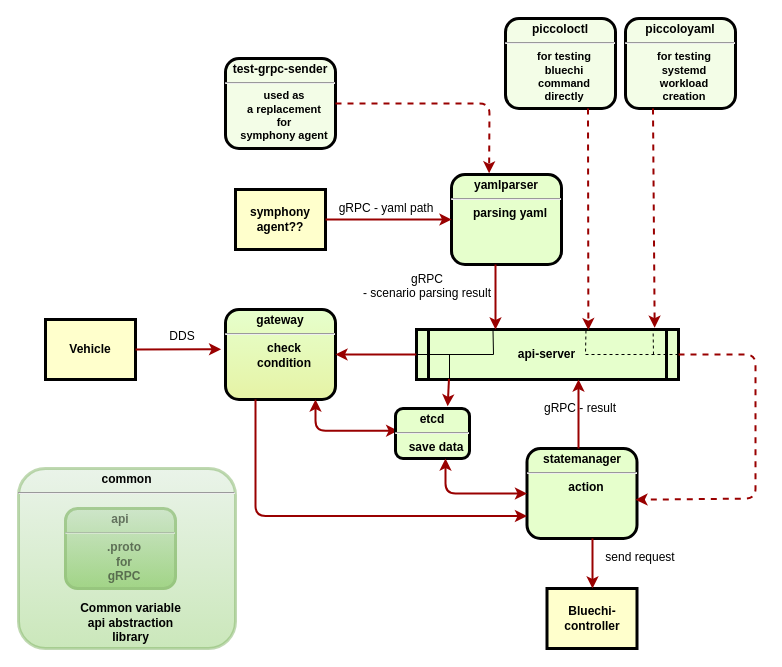
Before: doc/images/piccolo-bluechi.drawio in youngtaekiim/pullpiri, a draw.io diagram. Source tidied: cells renumbered, new cells numbered last; positions are measured from the earlier drawing's top-left corner, leaving out a move shared by most shapes. Both pictures are drawn from the tidied source at 100%, with x=0, y=0 at pixel (18, 18).
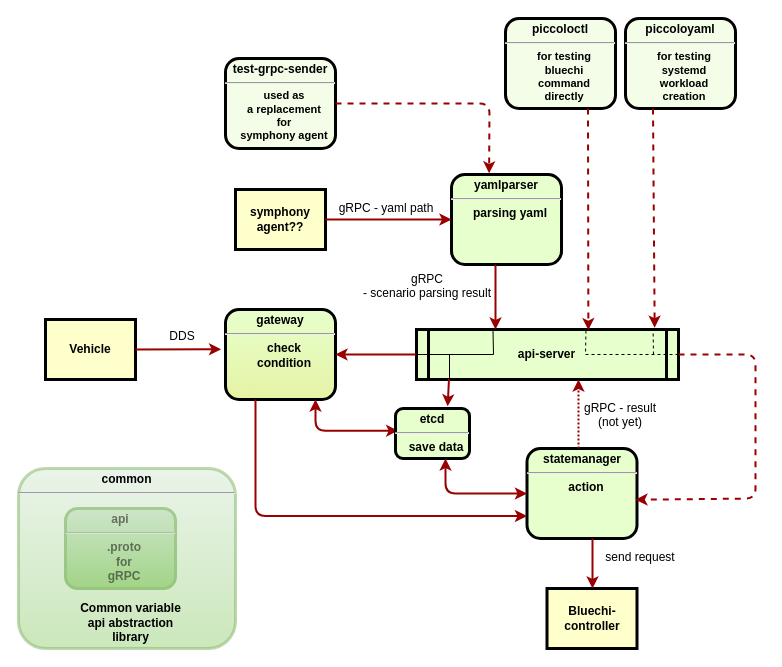
Above is the later version.

The edit, as a diff of the source:
```diff
@@
-    <mxCell id="14" style="edgeStyle=elbowEdgeStyle;elbow=horizontal;strokeColor=#990000;strokeWidth=2;" parent="1" edge="1">
+    <mxCell id="14" style="edgeStyle=elbowEdgeStyle;elbow=horizontal;strokeColor=#990000;strokeWidth=2;dashed=1;dashPattern=1 1;" parent="1" edge="1">
       <mxGeometry relative="1" as="geometry">
         <mxPoint x="560" y="430" as="sourcePoint" />
         <mxPoint x="560" y="361" as="targetPoint" />
         <Array as="points">
           <mxPoint x="560" y="390" />
         </Array>
       </mxGeometry>
     </mxCell>
-    <mxCell id="15" value="gRPC - result" style="text;spacingTop=-5;align=center;" parent="1" vertex="1">
-      <mxGeometry x="517" y="381" width="90" height="30" as="geometry" />
+    <mxCell id="15" value="gRPC - result&#10;(not yet)" style="text;spacingTop=-5;align=center;" parent="1" vertex="1">
+      <mxGeometry x="557" y="381" width="90" height="30" as="geometry" />
     </mxCell>
```
